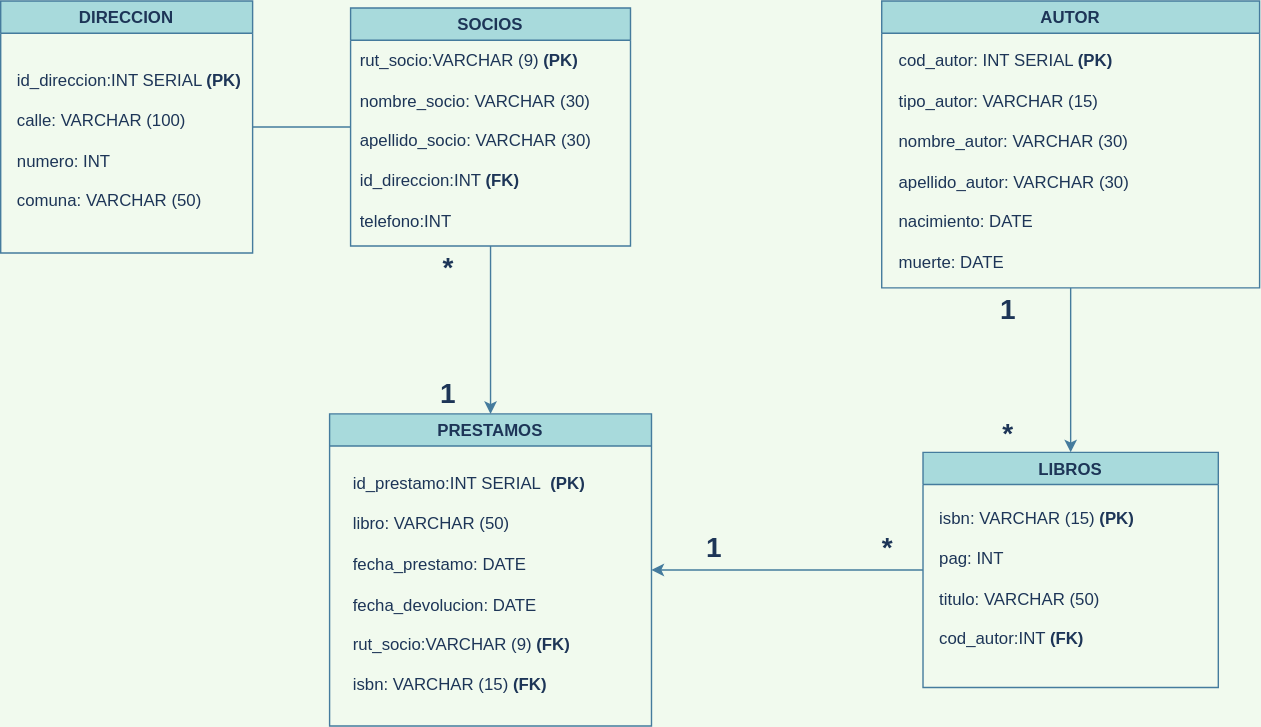
Earlier version of the draw.io export Modelo_Logico_02.svg (latiscool/BD_Bilbioteca_LTG). Source tidied: cells renumbered, new cells last; positions are measured from the earlier drawing's top-left corner, leaving out a move shared by most shapes.
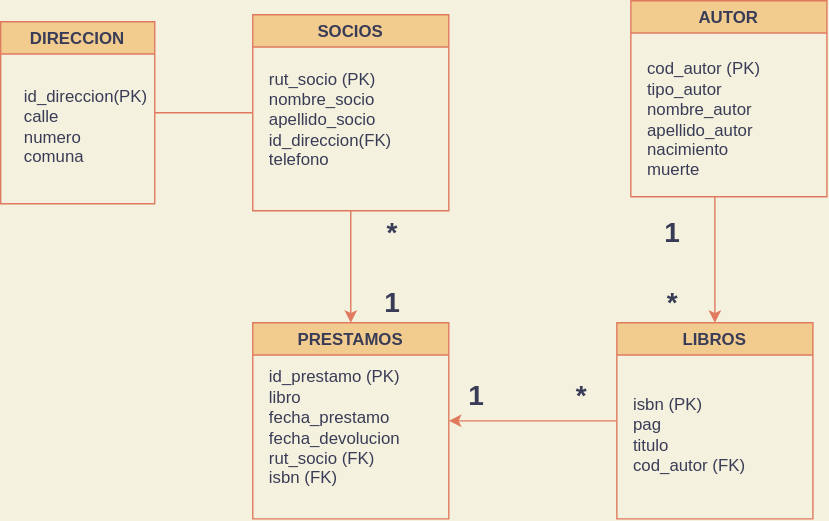
The same diagram one commit later.

Change to the diagram source:
```diff
@@ -1,66 +1,68 @@
-<mxGraphModel background="#F1FAEE">
+<mxGraphModel background="#F4F1DE">
   <root>
     <mxCell id="0" />
     <mxCell id="1" parent="0" />
-    <mxCell id="2" style="edgeStyle=orthogonalEdgeStyle;rounded=0;jettySize=auto;html=1;labelBackgroundColor=#F1FAEE;strokeColor=#457B9D;fontColor=#1D3557;" parent="1" edge="1" source="3" target="6">
+    <mxCell id="2" style="edgeStyle=orthogonalEdgeStyle;rounded=0;jettySize=auto;html=1;labelBackgroundColor=#F4F1DE;strokeColor=#E07A5F;fontColor=#393C56;" parent="1" edge="1" source="3" target="6">
       <mxGeometry relative="1" as="geometry" />
     </mxCell>
-    <mxCell id="3" value="SOCIOS" style="swimlane;fillColor=#A8DADC;strokeColor=#457B9D;fontColor=#1D3557;" parent="1" vertex="1">
-      <mxGeometry x="250" y="5" width="200" height="170" as="geometry" />
+    <mxCell id="3" value="SOCIOS" style="swimlane;fillColor=#F2CC8F;strokeColor=#E07A5F;fontColor=#393C56;" parent="1" vertex="1">
+      <mxGeometry x="1100" y="95" width="140" height="140" as="geometry" />
     </mxCell>
-    <mxCell id="4" value="&lt;blockquote style=&quot;margin: 0 0 0 40px ; border: none ; padding: 0px&quot;&gt;&lt;/blockquote&gt;rut_socio:VARCHAR (9)&amp;nbsp;&lt;b&gt;(PK)&lt;br&gt;&lt;br&gt;&lt;/b&gt;nombre_socio: VARCHAR (30)&lt;br&gt;&lt;br&gt;&lt;blockquote style=&quot;margin: 0 0 0 40px ; border: none ; padding: 0px&quot;&gt;&lt;/blockquote&gt;apellido_socio:&amp;nbsp;VARCHAR (30)&lt;br&gt;&lt;blockquote style=&quot;margin: 0 0 0 40px ; border: none ; padding: 0px&quot;&gt;&lt;/blockquote&gt;&lt;br&gt;id_direccion:INT &lt;b&gt;(FK)&lt;br&gt;&lt;/b&gt;&lt;br&gt;telefono:INT" style="text;html=1;strokeColor=none;fillColor=none;align=left;verticalAlign=middle;whiteSpace=wrap;rounded=0;fontColor=#1D3557;" parent="3" vertex="1">
-      <mxGeometry x="5" y="30" width="185" height="130" as="geometry" />
-    </mxCell>
+    <mxCell id="22" value="&lt;blockquote style=&quot;margin: 0 0 0 40px ; border: none ; padding: 0px&quot;&gt;&lt;/blockquote&gt;&lt;span&gt;rut_socio (PK)&lt;/span&gt;&lt;br&gt;&lt;blockquote style=&quot;margin: 0 0 0 40px ; border: none ; padding: 0px&quot;&gt;&lt;/blockquote&gt;&lt;span&gt;nombre_socio&lt;/span&gt;&lt;br&gt;&lt;blockquote style=&quot;margin: 0 0 0 40px ; border: none ; padding: 0px&quot;&gt;&lt;/blockquote&gt;&lt;span&gt;apellido_socio&lt;/span&gt;&lt;br&gt;&lt;blockquote style=&quot;margin: 0 0 0 40px ; border: none ; padding: 0px&quot;&gt;&lt;/blockquote&gt;&lt;span&gt;id_direccion(FK)&lt;/span&gt;&lt;br&gt;&lt;span&gt;telefono&lt;/span&gt;" style="text;html=1;strokeColor=none;fillColor=none;align=left;verticalAlign=middle;whiteSpace=wrap;rounded=0;fontColor=#393C56;" parent="3" vertex="1">
+      <mxGeometry x="10" y="20" width="120" height="110" as="geometry" />
+    </mxCell>
-    <mxCell id="5" style="edgeStyle=orthogonalEdgeStyle;rounded=0;jettySize=auto;html=1;labelBackgroundColor=#F1FAEE;strokeColor=#457B9D;fontColor=#1D3557;endArrow=none;endFill=0;startArrow=classic;startFill=1;" parent="1" edge="1" source="6" target="9">
+    <mxCell id="5" style="edgeStyle=orthogonalEdgeStyle;rounded=0;jettySize=auto;html=1;labelBackgroundColor=#F4F1DE;strokeColor=#E07A5F;fontColor=#393C56;endArrow=none;endFill=0;startArrow=classic;startFill=1;" parent="1" edge="1" source="6" target="9">
       <mxGeometry relative="1" as="geometry" />
     </mxCell>
-    <mxCell id="6" value="PRESTAMOS" style="swimlane;startSize=23;fillColor=#A8DADC;strokeColor=#457B9D;fontColor=#1D3557;" parent="1" vertex="1">
-      <mxGeometry x="235" y="295" width="230" height="223" as="geometry" />
+    <mxCell id="6" value="PRESTAMOS" style="swimlane;startSize=23;fillColor=#F2CC8F;strokeColor=#E07A5F;fontColor=#393C56;" parent="1" vertex="1">
+      <mxGeometry x="1100" y="315" width="140" height="140" as="geometry" />
     </mxCell>
-    <mxCell id="7" value="&lt;blockquote style=&quot;margin: 0 0 0 40px ; border: none ; padding: 0px&quot;&gt;&lt;/blockquote&gt;id_prestamo:INT SERIAL&amp;nbsp; &lt;b&gt;(PK)&lt;/b&gt;&lt;br&gt;&lt;br&gt;libro: VARCHAR (50)&lt;br&gt;&lt;br&gt;fecha_prestamo: DATE&lt;br&gt;&lt;br&gt;fecha_devolucion: DATE&lt;br&gt;&lt;br&gt;rut_socio:VARCHAR (9)&amp;nbsp;&lt;b&gt;(FK)&lt;/b&gt;&lt;br&gt;&amp;nbsp;&lt;br&gt;isbn: VARCHAR (15)&amp;nbsp;&lt;b&gt;(FK)&lt;/b&gt;" style="text;html=1;strokeColor=none;fillColor=none;align=left;verticalAlign=middle;whiteSpace=wrap;rounded=0;fontColor=#1D3557;" parent="6" vertex="1">
-      <mxGeometry x="15" y="30" width="200" height="183" as="geometry" />
-    </mxCell>
-    <mxCell id="8" style="edgeStyle=orthogonalEdgeStyle;rounded=0;jettySize=auto;html=1;labelBackgroundColor=#F1FAEE;strokeColor=#457B9D;fontColor=#1D3557;exitX=0.5;exitY=1;exitDx=0;exitDy=0;entryX=0.5;entryY=0;entryDx=0;entryDy=0;" parent="1" edge="1" source="11" target="9">
-      <mxGeometry relative="1" as="geometry" />
-    </mxCell>
+    <mxCell id="23" value="&lt;font style=&quot;font-size: 20px;&quot;&gt;&lt;b style=&quot;font-size: 20px;&quot;&gt;1&lt;/b&gt;&lt;/font&gt;" style="text;html=1;strokeColor=none;fillColor=none;align=center;verticalAlign=middle;whiteSpace=wrap;rounded=0;fontSize=20;fontColor=#393C56;" parent="6" vertex="1">
+      <mxGeometry x="70" y="-30" width="60" height="30" as="geometry" />
+    </mxCell>
+    <mxCell id="24" value="&lt;blockquote style=&quot;margin: 0 0 0 40px ; border: none ; padding: 0px&quot;&gt;&lt;/blockquote&gt;id_prestamo (PK)&lt;br&gt;libro&lt;br&gt;fecha_prestamo&lt;br&gt;fecha_devolucion&lt;br&gt;rut_socio (FK)&lt;br&gt;isbn (FK)" style="text;html=1;strokeColor=none;fillColor=none;align=left;verticalAlign=middle;whiteSpace=wrap;rounded=0;fontColor=#393C56;" parent="6" vertex="1">
+      <mxGeometry x="10" y="20" width="130" height="110" as="geometry" />
+    </mxCell>
+    <mxCell id="25" style="edgeStyle=orthogonalEdgeStyle;rounded=0;jettySize=auto;html=1;labelBackgroundColor=#F4F1DE;strokeColor=#E07A5F;fontColor=#393C56;exitX=0.5;exitY=1;exitDx=0;exitDy=0;entryX=0.5;entryY=0;entryDx=0;entryDy=0;" parent="1" edge="1" target="9">
+      <mxGeometry relative="1" as="geometry">
+        <mxPoint x="1430" y="225" as="sourcePoint" />
+      </mxGeometry>
+    </mxCell>
-    <mxCell id="9" value="LIBROS" style="swimlane;startSize=23;fillColor=#A8DADC;strokeColor=#457B9D;fontColor=#1D3557;" parent="1" vertex="1">
-      <mxGeometry x="659" y="322.5" width="211" height="168" as="geometry" />
+    <mxCell id="9" value="LIBROS" style="swimlane;startSize=23;fillColor=#F2CC8F;strokeColor=#E07A5F;fontColor=#393C56;" parent="1" vertex="1">
+      <mxGeometry x="1360" y="315" width="140" height="140" as="geometry" />
     </mxCell>
-    <mxCell id="10" value="&lt;div&gt;isbn: VARCHAR (15) &lt;b&gt;(PK)&lt;/b&gt;&lt;/div&gt;&lt;div&gt;&lt;b&gt;&lt;br&gt;&lt;/b&gt;&lt;/div&gt;&lt;div&gt;&lt;span&gt;pag: INT&lt;/span&gt;&lt;/div&gt;&lt;div&gt;&lt;span&gt;&lt;br&gt;&lt;/span&gt;&lt;/div&gt;&lt;div&gt;&lt;span&gt;titulo: VARCHAR (50)&lt;/span&gt;&lt;/div&gt;&lt;div&gt;&lt;span&gt;&lt;br&gt;&lt;/span&gt;&lt;/div&gt;&lt;div&gt;cod_autor:INT &lt;b&gt;(FK)&lt;/b&gt;&lt;/div&gt;" style="text;html=1;strokeColor=none;fillColor=none;align=left;verticalAlign=middle;whiteSpace=wrap;rounded=0;sketch=0;fontColor=#1D3557;" parent="9" vertex="1">
-      <mxGeometry x="10" y="30" width="180" height="120" as="geometry" />
-    </mxCell>
+    <mxCell id="26" value="&lt;div&gt;&lt;span&gt;isbn (PK)&lt;/span&gt;&lt;/div&gt;&lt;div&gt;&lt;span&gt;pag&lt;/span&gt;&lt;/div&gt;&lt;div&gt;&lt;span&gt;titulo&lt;/span&gt;&lt;/div&gt;&lt;div&gt;&lt;span&gt;cod_autor (FK)&lt;/span&gt;&lt;/div&gt;" style="text;html=1;strokeColor=none;fillColor=none;align=left;verticalAlign=middle;whiteSpace=wrap;rounded=0;sketch=0;fontColor=#393C56;" parent="9" vertex="1">
+      <mxGeometry x="10" y="30" width="110" height="100" as="geometry" />
+    </mxCell>
-    <mxCell id="11" value="AUTOR" style="swimlane;fillColor=#A8DADC;strokeColor=#457B9D;fontColor=#1D3557;" parent="1" vertex="1">
-      <mxGeometry x="629.5" width="270" height="205" as="geometry" />
+    <mxCell id="11" value="AUTOR" style="swimlane;fillColor=#F2CC8F;strokeColor=#E07A5F;fontColor=#393C56;" parent="1" vertex="1">
+      <mxGeometry x="1370" y="85" width="140" height="140" as="geometry" />
     </mxCell>
-    <mxCell id="12" value="cod_autor: INT SERIAL &lt;b&gt;(PK)&lt;br&gt;&lt;/b&gt;&lt;br&gt;tipo_autor: VARCHAR (15)&lt;br&gt;&lt;br&gt;nombre_autor: VARCHAR (30)&lt;br&gt;&lt;br&gt;apellido_autor: VARCHAR (30)&lt;br&gt;&lt;br&gt;nacimiento: DATE&lt;br&gt;&lt;br&gt;muerte: DATE" style="text;html=1;strokeColor=none;fillColor=none;align=left;verticalAlign=middle;whiteSpace=wrap;rounded=0;sketch=0;fontColor=#1D3557;" parent="11" vertex="1">
-      <mxGeometry x="10" y="30" width="250" height="170" as="geometry" />
-    </mxCell>
-    <mxCell id="13" value="&lt;font style=&quot;font-size: 20px;&quot;&gt;&lt;b style=&quot;font-size: 20px;&quot;&gt;*&lt;/b&gt;&lt;/font&gt;" style="text;html=1;strokeColor=none;fillColor=none;align=center;verticalAlign=middle;whiteSpace=wrap;rounded=0;fontSize=20;fontColor=#1D3557;" parent="1" vertex="1">
-      <mxGeometry x="290" y="175" width="60" height="30" as="geometry" />
-    </mxCell>
-    <mxCell id="14" value="&lt;font style=&quot;font-size: 20px;&quot;&gt;&lt;b style=&quot;font-size: 20px;&quot;&gt;1&lt;/b&gt;&lt;/font&gt;" style="text;html=1;strokeColor=none;fillColor=none;align=center;verticalAlign=middle;whiteSpace=wrap;rounded=0;fontSize=20;fontColor=#1D3557;" parent="1" vertex="1">
-      <mxGeometry x="480" y="375" width="60" height="30" as="geometry" />
-    </mxCell>
-    <mxCell id="15" value="&lt;font style=&quot;font-size: 20px&quot;&gt;&lt;b style=&quot;font-size: 20px&quot;&gt;*&lt;/b&gt;&lt;/font&gt;" style="text;html=1;strokeColor=none;fillColor=none;align=center;verticalAlign=middle;whiteSpace=wrap;rounded=0;fontSize=20;fontColor=#1D3557;" parent="1" vertex="1">
-      <mxGeometry x="609" y="375" width="50" height="30" as="geometry" />
-    </mxCell>
-    <mxCell id="16" value="&lt;font style=&quot;font-size: 20px;&quot;&gt;&lt;b style=&quot;font-size: 20px;&quot;&gt;1&lt;/b&gt;&lt;/font&gt;" style="text;html=1;strokeColor=none;fillColor=none;align=center;verticalAlign=middle;whiteSpace=wrap;rounded=0;fontSize=20;fontColor=#1D3557;" parent="1" vertex="1">
-      <mxGeometry x="690" y="205" width="60" height="30" as="geometry" />
-    </mxCell>
-    <mxCell id="17" value="&lt;font style=&quot;font-size: 20px&quot;&gt;&lt;b style=&quot;font-size: 20px&quot;&gt;*&lt;/b&gt;&lt;/font&gt;" style="text;html=1;strokeColor=none;fillColor=none;align=center;verticalAlign=middle;whiteSpace=wrap;rounded=0;fontSize=20;fontColor=#1D3557;" parent="1" vertex="1">
-      <mxGeometry x="690" y="292.5" width="60" height="30" as="geometry" />
-    </mxCell>
+    <mxCell id="27" value="cod_autor (PK)&lt;br&gt;tipo_autor&lt;br&gt;nombre_autor&lt;br&gt;apellido_autor&lt;br&gt;nacimiento&lt;br&gt;muerte" style="text;html=1;strokeColor=none;fillColor=none;align=left;verticalAlign=middle;whiteSpace=wrap;rounded=0;sketch=0;fontColor=#393C56;" parent="11" vertex="1">
+      <mxGeometry x="10" y="30" width="120" height="110" as="geometry" />
+    </mxCell>
+    <mxCell id="28" value="&lt;font style=&quot;font-size: 20px;&quot;&gt;&lt;b style=&quot;font-size: 20px;&quot;&gt;*&lt;/b&gt;&lt;/font&gt;" style="text;html=1;strokeColor=none;fillColor=none;align=center;verticalAlign=middle;whiteSpace=wrap;rounded=0;fontSize=20;fontColor=#393C56;" parent="1" vertex="1">
+      <mxGeometry x="1170" y="235" width="60" height="30" as="geometry" />
+    </mxCell>
+    <mxCell id="29" value="&lt;font style=&quot;font-size: 20px;&quot;&gt;&lt;b style=&quot;font-size: 20px;&quot;&gt;1&lt;/b&gt;&lt;/font&gt;" style="text;html=1;strokeColor=none;fillColor=none;align=center;verticalAlign=middle;whiteSpace=wrap;rounded=0;fontSize=20;fontColor=#393C56;" parent="1" vertex="1">
+      <mxGeometry x="1230" y="351" width="60" height="30" as="geometry" />
+    </mxCell>
+    <mxCell id="30" value="&lt;font style=&quot;font-size: 20px&quot;&gt;&lt;b style=&quot;font-size: 20px&quot;&gt;*&lt;/b&gt;&lt;/font&gt;" style="text;html=1;strokeColor=none;fillColor=none;align=center;verticalAlign=middle;whiteSpace=wrap;rounded=0;fontSize=20;fontColor=#393C56;" parent="1" vertex="1">
+      <mxGeometry x="1310" y="351" width="50" height="30" as="geometry" />
+    </mxCell>
+    <mxCell id="31" value="&lt;font style=&quot;font-size: 20px;&quot;&gt;&lt;b style=&quot;font-size: 20px;&quot;&gt;1&lt;/b&gt;&lt;/font&gt;" style="text;html=1;strokeColor=none;fillColor=none;align=center;verticalAlign=middle;whiteSpace=wrap;rounded=0;fontSize=20;fontColor=#393C56;" parent="1" vertex="1">
+      <mxGeometry x="1370" y="235" width="60" height="30" as="geometry" />
+    </mxCell>
+    <mxCell id="32" value="&lt;font style=&quot;font-size: 20px&quot;&gt;&lt;b style=&quot;font-size: 20px&quot;&gt;*&lt;/b&gt;&lt;/font&gt;" style="text;html=1;strokeColor=none;fillColor=none;align=center;verticalAlign=middle;whiteSpace=wrap;rounded=0;fontSize=20;fontColor=#393C56;" parent="1" vertex="1">
+      <mxGeometry x="1370" y="285" width="60" height="30" as="geometry" />
+    </mxCell>
-    <mxCell id="18" value="DIRECCION" style="swimlane;rounded=0;sketch=0;fontColor=#1D3557;strokeColor=#457B9D;fillColor=#A8DADC;" parent="1" vertex="1">
-      <mxGeometry width="180" height="180" as="geometry" />
+    <mxCell id="18" value="DIRECCION" style="swimlane;rounded=0;sketch=0;fontColor=#393C56;strokeColor=#E07A5F;fillColor=#F2CC8F;" parent="1" vertex="1">
+      <mxGeometry x="920" y="100" width="110" height="130" as="geometry" />
     </mxCell>
-    <mxCell id="19" value="&lt;blockquote style=&quot;margin: 0 0 0 40px ; border: none ; padding: 0px&quot;&gt;&lt;/blockquote&gt;id_direccion:INT SERIAL &lt;b&gt;(PK)&lt;br&gt;&lt;/b&gt;&lt;br&gt;calle: VARCHAR (100)&lt;br&gt;&lt;br&gt;numero: INT&lt;br&gt;&lt;br&gt;comuna: VARCHAR (50)" style="text;html=1;strokeColor=none;fillColor=none;align=left;verticalAlign=middle;whiteSpace=wrap;rounded=0;fontColor=#1D3557;" parent="18" vertex="1">
-      <mxGeometry x="10" y="30" width="170" height="140" as="geometry" />
-    </mxCell>
+    <mxCell id="33" value="&lt;blockquote style=&quot;margin: 0 0 0 40px ; border: none ; padding: 0px&quot;&gt;&lt;/blockquote&gt;id_direccion(PK)&lt;br&gt;calle&lt;br&gt;numero&lt;br&gt;comuna" style="text;html=1;strokeColor=none;fillColor=none;align=left;verticalAlign=middle;whiteSpace=wrap;rounded=0;fontColor=#393C56;" parent="18" vertex="1">
+      <mxGeometry x="15" y="30" width="85" height="90" as="geometry" />
+    </mxCell>
-    <mxCell id="20" style="endArrow=none;html=1;rounded=1;sketch=0;fontColor=#1D3557;strokeColor=#457B9D;fillColor=#A8DADC;curved=0;exitX=0;exitY=0.5;exitDx=0;exitDy=0;entryX=1;entryY=0.5;entryDx=0;entryDy=0;" parent="1" edge="1" source="3" target="18">
+    <mxCell id="20" style="endArrow=none;html=1;rounded=1;sketch=0;fontColor=#393C56;strokeColor=#E07A5F;fillColor=#F2CC8F;curved=0;exitX=0;exitY=0.5;exitDx=0;exitDy=0;entryX=1;entryY=0.5;entryDx=0;entryDy=0;labelBackgroundColor=#F4F1DE;" parent="1" edge="1" source="3" target="18">
       <mxGeometry relative="1" as="geometry" />
     </mxCell>
-    <mxCell id="21" value="&lt;font style=&quot;font-size: 20px;&quot;&gt;&lt;b style=&quot;font-size: 20px;&quot;&gt;1&lt;/b&gt;&lt;/font&gt;" style="text;html=1;strokeColor=none;fillColor=none;align=center;verticalAlign=middle;whiteSpace=wrap;rounded=0;fontSize=20;fontColor=#1D3557;" parent="1" vertex="1">
-      <mxGeometry x="290" y="265" width="60" height="30" as="geometry" />
-    </mxCell>
   </root>
 </mxGraphModel>
```
